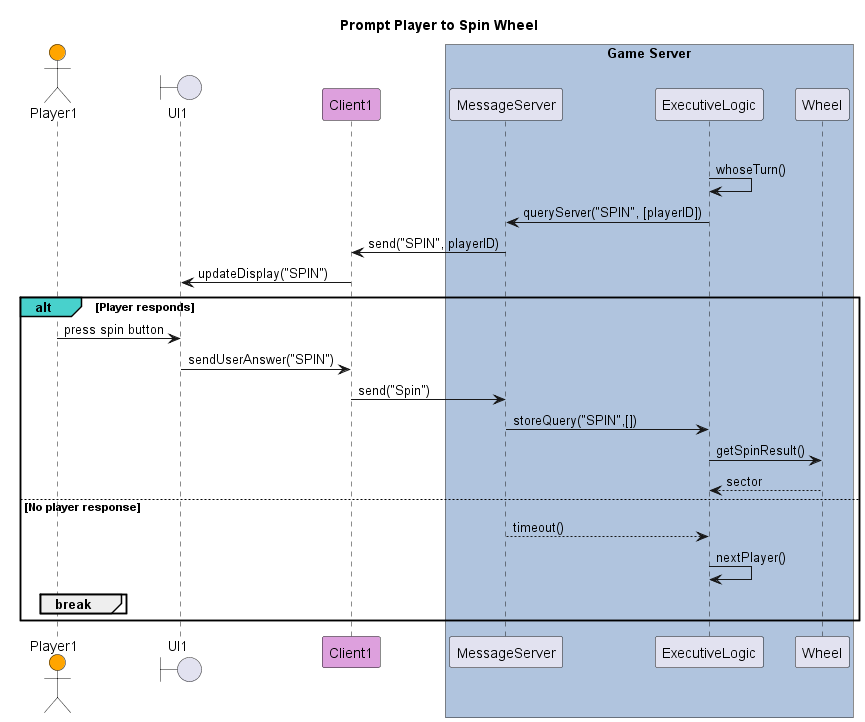
Above: out/diagrams/seq-diagram-prompt-player-spin-wheel/Prompt Player to Spin Wheel.png in poszy/def_spinit_project (PlantUML), before the change.
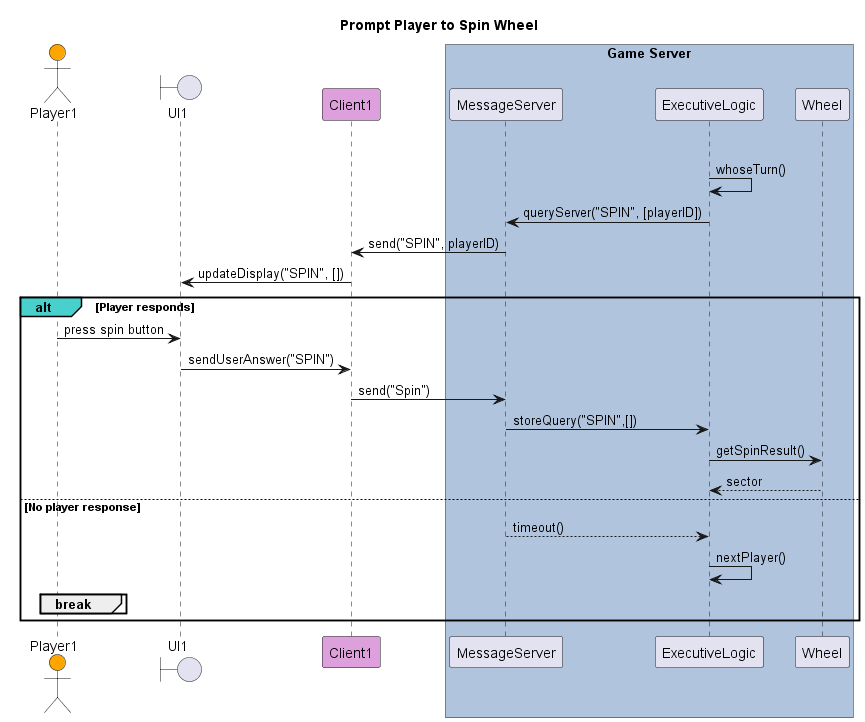
The same file after the commit.

Diff of the diagram source:
```diff
@@ -21,7 +21,7 @@
         Server <- ExecutiveLogic : queryServer("SPIN", [playerID])
 
         Client1 <- Server: send("SPIN", playerID)
-        UI1 <- Client1: updateDisplay("SPIN")
+        UI1 <- Client1: updateDisplay("SPIN", [])
 
         alt#MediumTurquoise Player responds
             Player1 -> UI1: press spin button
```
